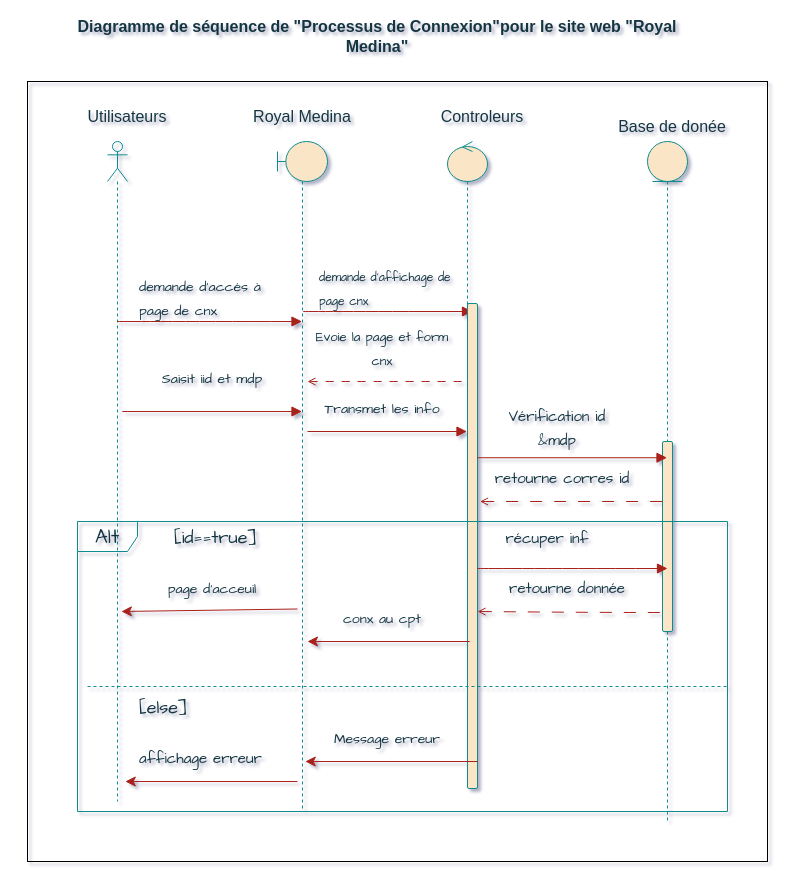
This is page "Page-1" (1 of 3) of Untitled Diagram.drawio from hananemazyan/DIAGRAMS, a draw.io file, before an edit. Source tidied: cells renumbered, new cells numbered last; positions are measured from the earlier drawing's top-left corner, leaving out a move shared by most shapes. Both pictures are drawn from the tidied source at 100%, with x=0, y=0 at pixel (27, 21).
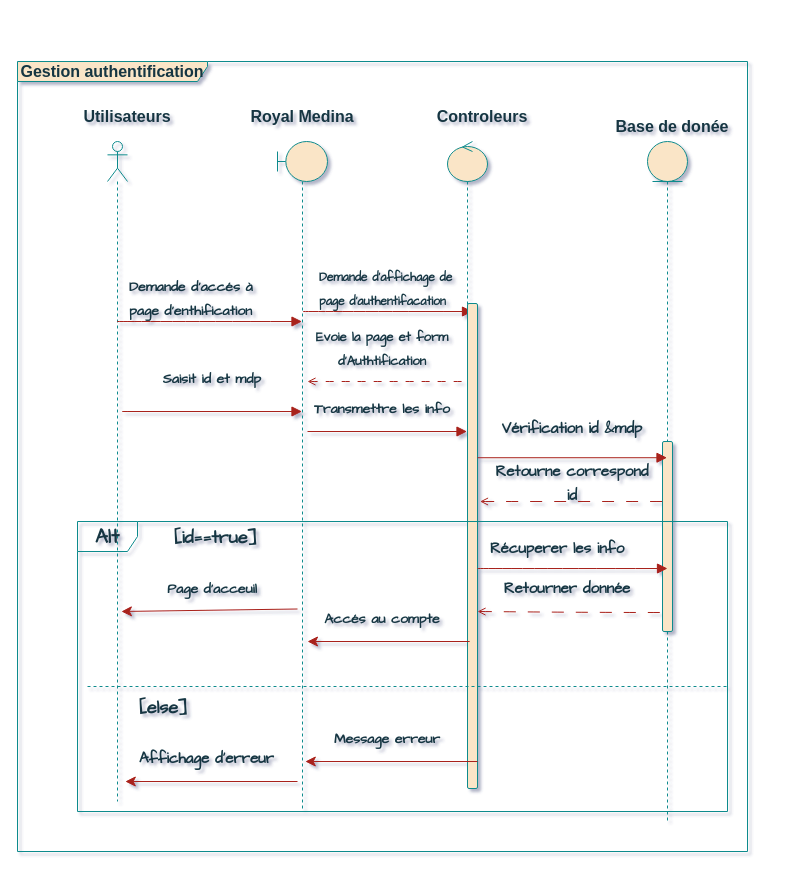
After the change.

Diff of the diagram source:
```diff
@@
-    <mxCell id="8" value="&lt;font style=&quot;font-size: 14px;&quot;&gt;demande d'accés à page de cnx&lt;/font&gt;" style="text;strokeColor=none;fillColor=none;html=1;align=left;verticalAlign=middle;whiteSpace=wrap;rounded=1;fontSize=20;fontFamily=Architects Daughter;shadow=0;labelBackgroundColor=none;fontColor=#143642;" parent="1" vertex="1">
-      <mxGeometry x="110" y="260" width="130" height="30" as="geometry" />
+    <mxCell id="8" value="&lt;font style=&quot;font-size: 14px;&quot;&gt;Demande d'accés à page d'enthification&lt;/font&gt;" style="text;strokeColor=none;fillColor=none;html=1;align=left;verticalAlign=middle;whiteSpace=wrap;rounded=1;fontSize=20;fontFamily=Architects Daughter;shadow=0;labelBackgroundColor=none;fontColor=#143642;gradientColor=default;fontStyle=1;" parent="1" vertex="1">
+      <mxGeometry x="100" y="260" width="150" height="30" as="geometry" />
     </mxCell>
@@
-    <mxCell id="11" value="&lt;span style=&quot;font-size: 12px;&quot;&gt;demande d'affichage de page cnx&lt;/span&gt;" style="text;html=1;strokeColor=none;fillColor=none;align=left;verticalAlign=middle;whiteSpace=wrap;rounded=1;fontSize=20;fontFamily=Architects Daughter;labelBackgroundColor=none;fontColor=#143642;" parent="1" vertex="1">
+    <mxCell id="11" value="&lt;span style=&quot;font-size: 12px;&quot;&gt;&lt;b&gt;Demande d'affichage de page d'authentifacation&lt;/b&gt;&lt;/span&gt;" style="text;html=1;strokeColor=none;fillColor=none;align=left;verticalAlign=middle;whiteSpace=wrap;rounded=1;fontSize=20;fontFamily=Architects Daughter;labelBackgroundColor=none;fontColor=#143642;" parent="1" vertex="1">
       <mxGeometry x="290" y="250" width="140" height="30" as="geometry" />
     </mxCell>
-    <mxCell id="12" value="&lt;font style=&quot;font-size: 13px;&quot;&gt;Evoie la page et form cnx&lt;/font&gt;" style="text;html=1;strokeColor=none;fillColor=none;align=center;verticalAlign=middle;whiteSpace=wrap;rounded=1;fontSize=20;fontFamily=Architects Daughter;labelBackgroundColor=none;fontColor=#143642;" parent="1" vertex="1">
+    <mxCell id="12" value="&lt;font style=&quot;font-size: 13px;&quot;&gt;&lt;b&gt;Evoie la page et form d'Authtification&lt;/b&gt;&lt;/font&gt;" style="text;html=1;strokeColor=none;fillColor=none;align=center;verticalAlign=middle;whiteSpace=wrap;rounded=1;fontSize=20;fontFamily=Architects Daughter;labelBackgroundColor=none;fontColor=#143642;" parent="1" vertex="1">
       <mxGeometry x="285" y="310" width="140" height="30" as="geometry" />
     </mxCell>
@@
-    <mxCell id="14" value="&lt;font style=&quot;font-size: 14px;&quot;&gt;&lt;font style=&quot;font-size: 14px;&quot;&gt;Sais&lt;/font&gt;it iid et mdp&lt;/font&gt;" style="text;html=1;strokeColor=none;fillColor=none;align=center;verticalAlign=middle;whiteSpace=wrap;rounded=1;fontSize=20;fontFamily=Architects Daughter;labelBackgroundColor=none;fontColor=#143642;" parent="1" vertex="1">
+    <mxCell id="14" value="&lt;font style=&quot;font-size: 14px;&quot;&gt;&lt;b&gt;&lt;font style=&quot;font-size: 14px;&quot;&gt;Sais&lt;/font&gt;it id et mdp&lt;/b&gt;&lt;/font&gt;" style="text;html=1;strokeColor=none;fillColor=none;align=center;verticalAlign=middle;whiteSpace=wrap;rounded=1;fontSize=20;fontFamily=Architects Daughter;labelBackgroundColor=none;fontColor=#143642;" parent="1" vertex="1">
       <mxGeometry x="100" y="340" width="170" height="30" as="geometry" />
     </mxCell>
@@
-    <mxCell id="16" value="&lt;span style=&quot;font-size: 14px;&quot;&gt;Transmet les info&lt;/span&gt;" style="text;html=1;strokeColor=none;fillColor=none;align=center;verticalAlign=middle;whiteSpace=wrap;rounded=1;fontSize=20;fontFamily=Architects Daughter;labelBackgroundColor=none;fontColor=#143642;" parent="1" vertex="1">
+    <mxCell id="16" value="&lt;span style=&quot;font-size: 14px;&quot;&gt;&lt;b&gt;Transmettre les info&lt;/b&gt;&lt;/span&gt;" style="text;html=1;strokeColor=none;fillColor=none;align=center;verticalAlign=middle;whiteSpace=wrap;rounded=1;fontSize=20;fontFamily=Architects Daughter;labelBackgroundColor=none;fontColor=#143642;" parent="1" vertex="1">
       <mxGeometry x="270" y="370" width="170" height="30" as="geometry" />
     </mxCell>
@@
-    <mxCell id="18" value="&lt;span style=&quot;font-size: 15px;&quot;&gt;Vérification id &amp;amp;mdp&lt;/span&gt;" style="text;html=1;strokeColor=none;fillColor=none;align=center;verticalAlign=middle;whiteSpace=wrap;rounded=1;fontSize=20;fontFamily=Architects Daughter;labelBackgroundColor=none;fontColor=#143642;" parent="1" vertex="1">
-      <mxGeometry x="470" y="390" width="120" height="30" as="geometry" />
+    <mxCell id="18" value="&lt;span style=&quot;font-size: 15px;&quot;&gt;&lt;b&gt;Vérification id &amp;amp;mdp&lt;/b&gt;&lt;/span&gt;" style="text;html=1;strokeColor=none;fillColor=none;align=center;verticalAlign=middle;whiteSpace=wrap;rounded=1;fontSize=20;fontFamily=Architects Daughter;labelBackgroundColor=none;fontColor=#143642;" parent="1" vertex="1">
+      <mxGeometry x="470" y="390" width="150" height="30" as="geometry" />
     </mxCell>
@@
-    <mxCell id="20" value="&lt;font style=&quot;font-size: 15px;&quot;&gt;retourne corres id&lt;/font&gt;" style="text;html=1;strokeColor=none;fillColor=none;align=center;verticalAlign=middle;whiteSpace=wrap;rounded=1;fontSize=20;fontFamily=Architects Daughter;labelBackgroundColor=none;fontColor=#143642;" parent="1" vertex="1">
-      <mxGeometry x="460" y="440" width="150" height="30" as="geometry" />
+    <mxCell id="20" value="&lt;font style=&quot;font-size: 15px;&quot;&gt;&lt;b&gt;Retourne correspond id&lt;/b&gt;&lt;/font&gt;" style="text;html=1;strokeColor=none;fillColor=none;align=center;verticalAlign=middle;whiteSpace=wrap;rounded=1;fontSize=20;fontFamily=Architects Daughter;labelBackgroundColor=none;fontColor=#143642;" parent="1" vertex="1">
+      <mxGeometry x="460" y="445" width="170" height="30" as="geometry" />
     </mxCell>
-    <mxCell id="21" value="Alt" style="shape=umlFrame;whiteSpace=wrap;html=1;hachureGap=4;fontFamily=Architects Daughter;fontSize=20;fillColor=none;strokeColor=#0F8B8D;labelBackgroundColor=none;fontColor=#143642;rounded=1;" parent="1" vertex="1">
+    <mxCell id="21" value="&lt;b&gt;Alt&lt;/b&gt;" style="shape=umlFrame;whiteSpace=wrap;html=1;hachureGap=4;fontFamily=Architects Daughter;fontSize=20;fillColor=none;strokeColor=#0F8B8D;labelBackgroundColor=none;fontColor=#143642;rounded=1;" parent="1" vertex="1">
       <mxGeometry x="50" y="500" width="650" height="290" as="geometry" />
     </mxCell>
-    <mxCell id="22" value="&lt;font style=&quot;font-size: 18px;&quot;&gt;[id==true]&lt;/font&gt;" style="text;html=1;strokeColor=none;fillColor=none;align=left;verticalAlign=middle;whiteSpace=wrap;rounded=1;fontSize=20;fontFamily=Architects Daughter;labelBackgroundColor=none;fontColor=#143642;" parent="1" vertex="1">
+    <mxCell id="22" value="&lt;font style=&quot;font-size: 18px;&quot;&gt;&lt;b&gt;[id==true]&lt;/b&gt;&lt;/font&gt;" style="text;html=1;strokeColor=none;fillColor=none;align=left;verticalAlign=middle;whiteSpace=wrap;rounded=1;fontSize=20;fontFamily=Architects Daughter;labelBackgroundColor=none;fontColor=#143642;" parent="1" vertex="1">
       <mxGeometry x="145" y="500" width="60" height="30" as="geometry" />
     </mxCell>
@@
-    <mxCell id="24" value="&lt;span style=&quot;font-size: 15px;&quot;&gt;récuper inf&lt;/span&gt;" style="text;html=1;strokeColor=none;fillColor=none;align=center;verticalAlign=middle;whiteSpace=wrap;rounded=1;fontSize=20;fontFamily=Architects Daughter;labelBackgroundColor=none;fontColor=#143642;" parent="1" vertex="1">
-      <mxGeometry x="460" y="500" width="120" height="30" as="geometry" />
+    <mxCell id="24" value="&lt;span style=&quot;font-size: 15px;&quot;&gt;&lt;b&gt;Récuperer les info&lt;/b&gt;&lt;/span&gt;" style="text;html=1;strokeColor=none;fillColor=none;align=center;verticalAlign=middle;whiteSpace=wrap;rounded=1;fontSize=20;fontFamily=Architects Daughter;labelBackgroundColor=none;fontColor=#143642;" parent="1" vertex="1">
+      <mxGeometry x="460" y="509.5" width="140" height="30" as="geometry" />
     </mxCell>
@@
-    <mxCell id="26" value="&lt;span style=&quot;font-size: 15px;&quot;&gt;retourne donnée&lt;/span&gt;" style="text;html=1;strokeColor=none;fillColor=none;align=center;verticalAlign=middle;whiteSpace=wrap;rounded=1;fontSize=20;fontFamily=Architects Daughter;labelBackgroundColor=none;fontColor=#143642;" parent="1" vertex="1">
+    <mxCell id="26" value="&lt;span style=&quot;font-size: 15px;&quot;&gt;&lt;b&gt;Retourner donnée&lt;/b&gt;&lt;/span&gt;" style="text;html=1;strokeColor=none;fillColor=none;align=center;verticalAlign=middle;whiteSpace=wrap;rounded=1;fontSize=20;fontFamily=Architects Daughter;labelBackgroundColor=none;fontColor=#143642;" parent="1" vertex="1">
       <mxGeometry x="470" y="550" width="140" height="30" as="geometry" />
     </mxCell>
@@
-    <mxCell id="28" value="&lt;span style=&quot;font-size: 14px;&quot;&gt;conx au cpt&lt;/span&gt;" style="text;html=1;strokeColor=none;fillColor=none;align=center;verticalAlign=middle;whiteSpace=wrap;rounded=1;fontSize=20;fontFamily=Architects Daughter;labelBackgroundColor=none;fontColor=#143642;" parent="1" vertex="1">
+    <mxCell id="28" value="&lt;span style=&quot;font-size: 14px;&quot;&gt;&lt;b&gt;Accés au compte&lt;/b&gt;&lt;/span&gt;" style="text;html=1;strokeColor=none;fillColor=none;align=center;verticalAlign=middle;whiteSpace=wrap;rounded=1;fontSize=20;fontFamily=Architects Daughter;labelBackgroundColor=none;fontColor=#143642;" parent="1" vertex="1">
       <mxGeometry x="270" y="580" width="170" height="30" as="geometry" />
     </mxCell>
-    <mxCell id="29" value="&lt;span style=&quot;font-size: 14px;&quot;&gt;page d'acceuil&lt;/span&gt;" style="text;html=1;strokeColor=none;fillColor=none;align=center;verticalAlign=middle;whiteSpace=wrap;rounded=1;fontSize=20;fontFamily=Architects Daughter;labelBackgroundColor=none;fontColor=#143642;" parent="1" vertex="1">
+    <mxCell id="29" value="&lt;span style=&quot;font-size: 14px;&quot;&gt;&lt;b&gt;Page d'acceuil&lt;/b&gt;&lt;/span&gt;" style="text;html=1;strokeColor=none;fillColor=none;align=center;verticalAlign=middle;whiteSpace=wrap;rounded=1;fontSize=20;fontFamily=Architects Daughter;labelBackgroundColor=none;fontColor=#143642;" parent="1" vertex="1">
       <mxGeometry x="100" y="550" width="170" height="30" as="geometry" />
     </mxCell>
@@
-    <mxCell id="31" value="&lt;font style=&quot;font-size: 18px;&quot;&gt;[else]&lt;/font&gt;" style="text;html=1;strokeColor=none;fillColor=none;align=left;verticalAlign=middle;whiteSpace=wrap;rounded=1;fontSize=20;fontFamily=Architects Daughter;labelBackgroundColor=none;fontColor=#143642;" parent="1" vertex="1">
+    <mxCell id="31" value="&lt;font style=&quot;font-size: 18px;&quot;&gt;[else]&lt;/font&gt;" style="text;html=1;strokeColor=none;fillColor=none;align=left;verticalAlign=middle;whiteSpace=wrap;rounded=1;fontSize=20;fontFamily=Architects Daughter;labelBackgroundColor=none;fontColor=#143642;fontStyle=1;" parent="1" vertex="1">
       <mxGeometry x="110" y="670" width="60" height="30" as="geometry" />
     </mxCell>
@@
-    <mxCell id="34" value="&lt;span style=&quot;font-size: 14px;&quot;&gt;Message erreur&lt;/span&gt;" style="text;html=1;strokeColor=none;fillColor=none;align=center;verticalAlign=middle;whiteSpace=wrap;rounded=1;fontSize=20;fontFamily=Architects Daughter;labelBackgroundColor=none;fontColor=#143642;" parent="1" vertex="1">
+    <mxCell id="34" value="&lt;span style=&quot;font-size: 14px;&quot;&gt;&lt;b&gt;Message erreur&lt;/b&gt;&lt;/span&gt;" style="text;html=1;strokeColor=none;fillColor=none;align=center;verticalAlign=middle;whiteSpace=wrap;rounded=1;fontSize=20;fontFamily=Architects Daughter;labelBackgroundColor=none;fontColor=#143642;" parent="1" vertex="1">
       <mxGeometry x="275" y="700" width="170" height="30" as="geometry" />
     </mxCell>
-    <mxCell id="35" value="&lt;font style=&quot;font-size: 15px;&quot;&gt;affichage erreur&lt;/font&gt;" style="text;html=1;strokeColor=none;fillColor=none;align=left;verticalAlign=middle;whiteSpace=wrap;rounded=1;fontSize=20;fontFamily=Architects Daughter;labelBackgroundColor=none;fontColor=#143642;" parent="1" vertex="1">
+    <mxCell id="35" value="&lt;font style=&quot;font-size: 15px;&quot;&gt;&lt;b&gt;Affichage d'erreur&lt;/b&gt;&lt;/font&gt;" style="text;html=1;strokeColor=none;fillColor=none;align=left;verticalAlign=middle;whiteSpace=wrap;rounded=1;fontSize=20;fontFamily=Architects Daughter;labelBackgroundColor=none;fontColor=#143642;" parent="1" vertex="1">
       <mxGeometry x="110" y="720" width="170" height="30" as="geometry" />
     </mxCell>
-    <mxCell id="36" value="Base de donée" style="text;html=1;strokeColor=none;fillColor=none;align=center;verticalAlign=middle;whiteSpace=wrap;rounded=0;fontSize=16;fontColor=#143642;" parent="1" vertex="1">
+    <mxCell id="36" value="Base de donée" style="text;html=1;strokeColor=none;fillColor=none;align=center;verticalAlign=middle;whiteSpace=wrap;rounded=0;fontSize=16;fontColor=#143642;labelBackgroundColor=none;fontStyle=1;" parent="1" vertex="1">
       <mxGeometry x="580" y="90" width="130" height="30" as="geometry" />
     </mxCell>
-    <mxCell id="37" value="Controleurs" style="text;html=1;strokeColor=none;fillColor=none;align=center;verticalAlign=middle;whiteSpace=wrap;rounded=0;fontSize=16;fontColor=#143642;" parent="1" vertex="1">
+    <mxCell id="37" value="Controleurs" style="text;html=1;strokeColor=none;fillColor=none;align=center;verticalAlign=middle;whiteSpace=wrap;rounded=0;fontSize=16;fontColor=#143642;labelBackgroundColor=none;fontStyle=1;" parent="1" vertex="1">
       <mxGeometry x="410" y="80" width="90" height="30" as="geometry" />
     </mxCell>
-    <mxCell id="38" value="Royal Medina" style="text;html=1;strokeColor=none;fillColor=none;align=center;verticalAlign=middle;whiteSpace=wrap;rounded=0;fontSize=16;fontColor=#143642;" parent="1" vertex="1">
+    <mxCell id="38" value="Royal Medina" style="text;html=1;strokeColor=none;fillColor=none;align=center;verticalAlign=middle;whiteSpace=wrap;rounded=0;fontSize=16;fontColor=#143642;labelBackgroundColor=none;fontStyle=1;" parent="1" vertex="1">
       <mxGeometry x="220" y="80" width="110" height="30" as="geometry" />
     </mxCell>
-    <mxCell id="39" value="Utilisateurs" style="text;html=1;strokeColor=none;fillColor=none;align=center;verticalAlign=middle;whiteSpace=wrap;rounded=0;fontSize=16;fontColor=#143642;" parent="1" vertex="1">
+    <mxCell id="39" value="Utilisateurs" style="text;html=1;strokeColor=none;fillColor=none;align=center;verticalAlign=middle;whiteSpace=wrap;rounded=0;fontSize=16;fontColor=#143642;labelBackgroundColor=none;fontStyle=1;" parent="1" vertex="1">
       <mxGeometry x="70" y="80" width="60" height="30" as="geometry" />
     </mxCell>
@@
-    <mxCell id="42" style="rounded=0;whiteSpace=wrap;html=1;fontSize=16;fillColor=none;" parent="1" vertex="1">
-      <mxGeometry y="60" width="740" height="780" as="geometry" />
-    </mxCell>
-    <mxCell id="43" value="Diagramme de séquence de &quot;Processus de Connexion&quot;pour le site web &quot;Royal Medina&quot;" style="text;strokeColor=none;fillColor=none;html=1;align=center;verticalAlign=middle;whiteSpace=wrap;rounded=0;fontSize=16;fontColor=#143642;fontStyle=1;" parent="1" vertex="1">
-      <mxGeometry x="30" width="640" height="30" as="geometry" />
-    </mxCell>
+    <mxCell id="44" value="&lt;b&gt;Gestion authentification&lt;/b&gt;" style="shape=umlFrame;whiteSpace=wrap;html=1;strokeColor=#0F8B8D;fontSize=16;fontColor=#143642;fillColor=#FAE5C7;width=190;height=20;labelBackgroundColor=none;" parent="1" vertex="1">
+      <mxGeometry x="-10" y="40" width="730" height="790" as="geometry" />
+    </mxCell>
```
